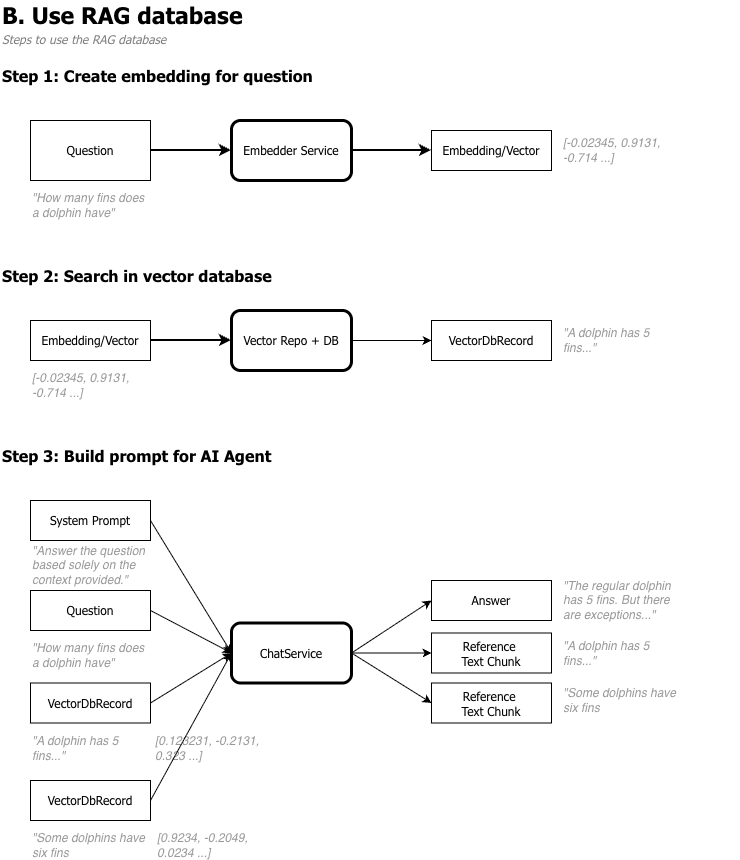
Before: docs/b-use-rag.png, a diagram exported from draw.io (tonsnoei/custom-rag). Source tidied: cells renumbered, new cells last; positions are measured from the earlier drawing's top-left corner, leaving out a move shared by most shapes.
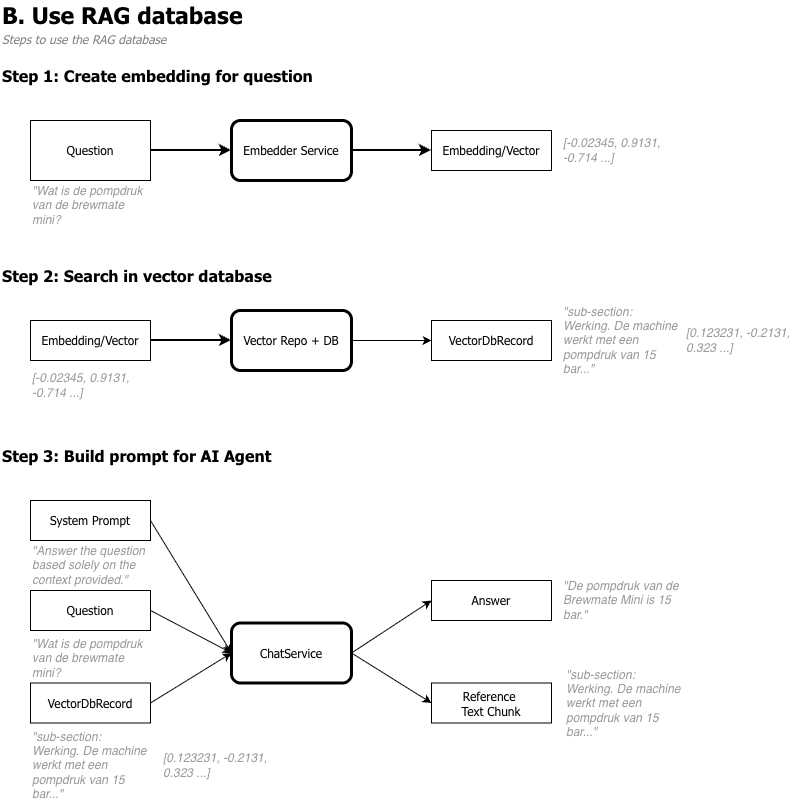
Later version of the same file.

What changed in the source:
```diff
@@ -49,89 +49,71 @@
     <mxCell id="16" value="Step 3: Build prompt for AI Agent" style="text;html=1;whiteSpace=wrap;strokeColor=none;fillColor=none;align=left;verticalAlign=middle;rounded=0;fontFamily=Tahoma;fontSize=16;fontStyle=1;" parent="1" vertex="1">
       <mxGeometry y="440" width="370" height="30" as="geometry" />
     </mxCell>
-    <mxCell id="17" style="edgeStyle=none;rounded=0;jettySize=auto;html=1;exitX=1;exitY=0.5;exitDx=0;exitDy=0;entryX=0;entryY=0.5;entryDx=0;entryDy=0;" parent="1" edge="1" source="18" target="26">
+    <mxCell id="17" style="edgeStyle=none;rounded=0;jettySize=auto;html=1;exitX=1;exitY=0.5;exitDx=0;exitDy=0;entryX=0;entryY=0.5;entryDx=0;entryDy=0;" parent="1" edge="1" source="18" target="25">
       <mxGeometry relative="1" as="geometry" />
     </mxCell>
     <mxCell id="18" value="VectorDbRecord" style="rounded=0;whiteSpace=wrap;html=1;fontFamily=Tahoma;" parent="1" vertex="1">
       <mxGeometry x="30" y="682.5" width="120" height="40" as="geometry" />
     </mxCell>
-    <mxCell id="19" style="edgeStyle=none;rounded=0;jettySize=auto;html=1;exitX=1;exitY=0.5;exitDx=0;exitDy=0;entryX=0;entryY=0.5;entryDx=0;entryDy=0;" parent="1" edge="1" source="20" target="26">
+    <mxCell id="19" style="edgeStyle=none;rounded=0;jettySize=auto;html=1;exitX=1;exitY=0.5;exitDx=0;exitDy=0;entryX=0;entryY=0.5;entryDx=0;entryDy=0;" parent="1" edge="1" source="20" target="25">
       <mxGeometry relative="1" as="geometry" />
     </mxCell>
     <mxCell id="20" value="Question" style="rounded=0;whiteSpace=wrap;html=1;fontFamily=Tahoma;" parent="1" vertex="1">
       <mxGeometry x="30" y="590" width="120" height="40" as="geometry" />
     </mxCell>
-    <mxCell id="21" style="edgeStyle=none;rounded=0;jettySize=auto;html=1;exitX=1;exitY=0.5;exitDx=0;exitDy=0;entryX=0;entryY=0.5;entryDx=0;entryDy=0;" parent="1" edge="1" source="22" target="26">
+    <mxCell id="21" style="edgeStyle=none;rounded=0;jettySize=auto;html=1;exitX=1;exitY=0.5;exitDx=0;exitDy=0;entryX=0;entryY=0.5;entryDx=0;entryDy=0;" parent="1" edge="1" source="22" target="25">
       <mxGeometry relative="1" as="geometry" />
     </mxCell>
     <mxCell id="22" value="System Prompt" style="rounded=0;whiteSpace=wrap;html=1;fontFamily=Tahoma;" parent="1" vertex="1">
       <mxGeometry x="30" y="500" width="120" height="40" as="geometry" />
     </mxCell>
-    <mxCell id="23" style="edgeStyle=none;rounded=0;jettySize=auto;html=1;exitX=1;exitY=0.5;exitDx=0;exitDy=0;entryX=0;entryY=0.5;entryDx=0;entryDy=0;" parent="1" edge="1" source="26" target="27">
+    <mxCell id="23" style="edgeStyle=none;rounded=0;jettySize=auto;html=1;exitX=1;exitY=0.5;exitDx=0;exitDy=0;entryX=0;entryY=0.5;entryDx=0;entryDy=0;" parent="1" edge="1" source="25" target="26">
       <mxGeometry relative="1" as="geometry" />
     </mxCell>
-    <mxCell id="24" style="edgeStyle=none;rounded=0;jettySize=auto;html=1;entryX=0;entryY=0.5;entryDx=0;entryDy=0;exitX=1;exitY=0.5;exitDx=0;exitDy=0;" parent="1" edge="1" source="26" target="28">
+    <mxCell id="24" style="edgeStyle=none;rounded=0;jettySize=auto;html=1;entryX=0;entryY=0.5;entryDx=0;entryDy=0;exitX=1;exitY=0.5;exitDx=0;exitDy=0;" parent="1" edge="1" source="25" target="27">
       <mxGeometry relative="1" as="geometry" />
     </mxCell>
-    <mxCell id="25" style="edgeStyle=none;rounded=0;jettySize=auto;html=1;exitX=1;exitY=0.5;exitDx=0;exitDy=0;entryX=0;entryY=0.5;entryDx=0;entryDy=0;" parent="1" edge="1" source="26" target="43">
-      <mxGeometry relative="1" as="geometry" />
+    <mxCell id="25" value="ChatService" style="rounded=1;whiteSpace=wrap;html=1;strokeWidth=3;fontFamily=Tahoma;" parent="1" vertex="1">
+      <mxGeometry x="231" y="622.5" width="120" height="60" as="geometry" />
     </mxCell>
-    <mxCell id="26" value="ChatService" style="rounded=1;whiteSpace=wrap;html=1;strokeWidth=3;fontFamily=Tahoma;" parent="1" vertex="1">
-      <mxGeometry x="231" y="622.5" width="120" height="60" as="geometry" />
+    <mxCell id="26" value="Answer" style="rounded=0;whiteSpace=wrap;html=1;fontFamily=Tahoma;" parent="1" vertex="1">
+      <mxGeometry x="431" y="580" width="120" height="40" as="geometry" />
     </mxCell>
-    <mxCell id="27" value="Answer" style="rounded=0;whiteSpace=wrap;html=1;fontFamily=Tahoma;" parent="1" vertex="1">
-      <mxGeometry x="431" y="580" width="120" height="40" as="geometry" />
+    <mxCell id="27" value="Reference&amp;nbsp;&lt;div&gt;Text Chunk&lt;/div&gt;" style="rounded=0;whiteSpace=wrap;html=1;fontFamily=Tahoma;" parent="1" vertex="1">
+      <mxGeometry x="431" y="682.5" width="120" height="40" as="geometry" />
     </mxCell>
-    <mxCell id="28" value="Reference&amp;nbsp;&lt;div&gt;Text Chunk&lt;/div&gt;" style="rounded=0;whiteSpace=wrap;html=1;fontFamily=Tahoma;" parent="1" vertex="1">
-      <mxGeometry x="431" y="632.5" width="120" height="40" as="geometry" />
+    <mxCell id="28" value="&lt;i&gt;&quot;Wat is de pompdruk van de brewmate mini?&lt;/i&gt;" style="text;html=1;whiteSpace=wrap;strokeColor=none;fillColor=none;align=left;verticalAlign=middle;rounded=0;fontColor=#999999;" parent="1" vertex="1">
+      <mxGeometry x="30" y="190" width="120" height="30" as="geometry" />
     </mxCell>
-    <mxCell id="29" value="&lt;i&gt;&quot;How many fins does a dolphin have&quot;&lt;/i&gt;" style="text;html=1;whiteSpace=wrap;strokeColor=none;fillColor=none;align=left;verticalAlign=middle;rounded=0;fontColor=#999999;" parent="1" vertex="1">
-      <mxGeometry x="30" y="190" width="120" height="30" as="geometry" />
+    <mxCell id="29" value="&lt;i&gt;[-0.02345, 0.9131, -0.714 ...]&lt;/i&gt;" style="text;html=1;whiteSpace=wrap;strokeColor=none;fillColor=none;align=left;verticalAlign=middle;rounded=0;fontColor=#999999;" parent="1" vertex="1">
+      <mxGeometry x="561" y="135" width="120" height="30" as="geometry" />
     </mxCell>
     <mxCell id="30" value="&lt;i&gt;[-0.02345, 0.9131, -0.714 ...]&lt;/i&gt;" style="text;html=1;whiteSpace=wrap;strokeColor=none;fillColor=none;align=left;verticalAlign=middle;rounded=0;fontColor=#999999;" parent="1" vertex="1">
-      <mxGeometry x="561" y="135" width="120" height="30" as="geometry" />
+      <mxGeometry x="30" y="370" width="120" height="30" as="geometry" />
     </mxCell>
-    <mxCell id="31" value="&lt;i&gt;[-0.02345, 0.9131, -0.714 ...]&lt;/i&gt;" style="text;html=1;whiteSpace=wrap;strokeColor=none;fillColor=none;align=left;verticalAlign=middle;rounded=0;fontColor=#999999;" parent="1" vertex="1">
-      <mxGeometry x="30" y="370" width="120" height="30" as="geometry" />
+    <mxCell id="31" value="&lt;i&gt;&quot;sub-section: Werking. De machine werkt met een pompdruk van 15 bar...&quot;&lt;/i&gt;" style="text;html=1;whiteSpace=wrap;strokeColor=none;fillColor=none;align=left;verticalAlign=middle;rounded=0;fontColor=#999999;" parent="1" vertex="1">
+      <mxGeometry x="561" y="325" width="120" height="30" as="geometry" />
     </mxCell>
-    <mxCell id="32" value="&lt;i&gt;&quot;A dolphin has 5 fins...&quot;&lt;/i&gt;" style="text;html=1;whiteSpace=wrap;strokeColor=none;fillColor=none;align=left;verticalAlign=middle;rounded=0;fontColor=#999999;" parent="1" vertex="1">
-      <mxGeometry x="561" y="325" width="120" height="30" as="geometry" />
+    <mxCell id="32" value="&lt;i&gt;[0.123231, -0.2131, 0.323 ...]&lt;/i&gt;" style="text;html=1;whiteSpace=wrap;strokeColor=none;fillColor=none;align=left;verticalAlign=middle;rounded=0;fontColor=#999999;" parent="1" vertex="1">
+      <mxGeometry x="684" y="325" width="120" height="30" as="geometry" />
     </mxCell>
-    <mxCell id="33" value="&lt;i&gt;&quot;How many fins does a dolphin have&quot;&lt;/i&gt;" style="text;html=1;whiteSpace=wrap;strokeColor=none;fillColor=none;align=left;verticalAlign=middle;rounded=0;fontColor=#999999;" parent="1" vertex="1">
-      <mxGeometry x="30" y="640" width="120" height="30" as="geometry" />
+    <mxCell id="33" value="&lt;i&gt;&quot;Answer the question based solely on the context provided.&quot;&lt;/i&gt;" style="text;html=1;whiteSpace=wrap;strokeColor=none;fillColor=none;align=left;verticalAlign=middle;rounded=0;fontColor=#999999;" parent="1" vertex="1">
+      <mxGeometry x="30" y="550" width="120" height="30" as="geometry" />
     </mxCell>
-    <mxCell id="34" value="&lt;i&gt;&quot;Answer the question based solely on the context provided.&quot;&lt;/i&gt;" style="text;html=1;whiteSpace=wrap;strokeColor=none;fillColor=none;align=left;verticalAlign=middle;rounded=0;fontColor=#999999;" parent="1" vertex="1">
-      <mxGeometry x="30" y="550" width="120" height="30" as="geometry" />
+    <mxCell id="34" value="&lt;i&gt;[0.123231, -0.2131, 0.323 ...]&lt;/i&gt;" style="text;html=1;whiteSpace=wrap;strokeColor=none;fillColor=none;align=left;verticalAlign=middle;rounded=0;fontColor=#999999;" parent="1" vertex="1">
+      <mxGeometry x="161" y="750" width="120" height="30" as="geometry" />
     </mxCell>
-    <mxCell id="35" value="&lt;i&gt;&quot;A dolphin has 5 fins...&quot;&lt;/i&gt;" style="text;html=1;whiteSpace=wrap;strokeColor=none;fillColor=none;align=left;verticalAlign=middle;rounded=0;fontColor=#999999;" parent="1" vertex="1">
-      <mxGeometry x="30" y="732.5" width="120" height="30" as="geometry" />
+    <mxCell id="35" value="&lt;i&gt;&quot;De pompdruk van de Brewmate Mini is 15 bar.&quot;&lt;/i&gt;" style="text;html=1;whiteSpace=wrap;strokeColor=none;fillColor=none;align=left;verticalAlign=middle;rounded=0;fontColor=#999999;" parent="1" vertex="1">
+      <mxGeometry x="561" y="585" width="120" height="30" as="geometry" />
     </mxCell>
-    <mxCell id="36" value="&lt;i&gt;[0.123231, -0.2131, 0.323 ...]&lt;/i&gt;" style="text;html=1;whiteSpace=wrap;strokeColor=none;fillColor=none;align=left;verticalAlign=middle;rounded=0;fontColor=#999999;" parent="1" vertex="1">
-      <mxGeometry x="153" y="732.5" width="120" height="30" as="geometry" />
+    <mxCell id="36" value="&lt;i&gt;&quot;sub-section: Werking. De machine werkt met een pompdruk van 15 bar...&quot;&lt;/i&gt;" style="text;html=1;whiteSpace=wrap;strokeColor=none;fillColor=none;align=left;verticalAlign=middle;rounded=0;fontColor=#999999;" parent="1" vertex="1">
+      <mxGeometry x="30" y="750" width="120" height="30" as="geometry" />
     </mxCell>
-    <mxCell id="37" value="&lt;i&gt;&quot;The regular dolphin has 5 fins. But there are exceptions...&quot;&lt;/i&gt;" style="text;html=1;whiteSpace=wrap;strokeColor=none;fillColor=none;align=left;verticalAlign=middle;rounded=0;fontColor=#999999;" parent="1" vertex="1">
-      <mxGeometry x="561" y="585" width="120" height="30" as="geometry" />
+    <mxCell id="37" value="&lt;i&gt;&quot;Wat is de pompdruk van de brewmate mini?&lt;/i&gt;" style="text;html=1;whiteSpace=wrap;strokeColor=none;fillColor=none;align=left;verticalAlign=middle;rounded=0;fontColor=#999999;" parent="1" vertex="1">
+      <mxGeometry x="30" y="642.5" width="120" height="30" as="geometry" />
     </mxCell>
-    <mxCell id="38" value="&lt;i&gt;&quot;A dolphin has 5 fins...&quot;&lt;/i&gt;" style="text;html=1;whiteSpace=wrap;strokeColor=none;fillColor=none;align=left;verticalAlign=middle;rounded=0;fontColor=#999999;" parent="1" vertex="1">
-      <mxGeometry x="561" y="637.5" width="120" height="30" as="geometry" />
+    <mxCell id="38" value="&lt;i&gt;&quot;sub-section: Werking. De machine werkt met een pompdruk van 15 bar...&quot;&lt;/i&gt;" style="text;html=1;whiteSpace=wrap;strokeColor=none;fillColor=none;align=left;verticalAlign=middle;rounded=0;fontColor=#999999;" parent="1" vertex="1">
+      <mxGeometry x="564" y="687.5" width="120" height="30" as="geometry" />
     </mxCell>
-    <mxCell id="39" style="edgeStyle=none;rounded=0;jettySize=auto;html=1;exitX=1;exitY=0.5;exitDx=0;exitDy=0;entryX=0;entryY=0.5;entryDx=0;entryDy=0;" parent="1" edge="1" source="40" target="26">
-      <mxGeometry relative="1" as="geometry" />
-    </mxCell>
-    <mxCell id="40" value="VectorDbRecord" style="rounded=0;whiteSpace=wrap;html=1;fontFamily=Tahoma;" parent="1" vertex="1">
-      <mxGeometry x="30" y="780" width="120" height="40" as="geometry" />
-    </mxCell>
-    <mxCell id="41" value="&lt;i&gt;&quot;Some dolphins have six fins&lt;/i&gt;" style="text;html=1;whiteSpace=wrap;strokeColor=none;fillColor=none;align=left;verticalAlign=middle;rounded=0;fontColor=#999999;" parent="1" vertex="1">
-      <mxGeometry x="30" y="830" width="120" height="30" as="geometry" />
-    </mxCell>
-    <mxCell id="42" value="&lt;i&gt;[0.9234, -0.2049, 0.0234 ...]&lt;/i&gt;" style="text;html=1;whiteSpace=wrap;strokeColor=none;fillColor=none;align=left;verticalAlign=middle;rounded=0;fontColor=#999999;" parent="1" vertex="1">
-      <mxGeometry x="155" y="830" width="120" height="30" as="geometry" />
-    </mxCell>
-    <mxCell id="43" value="Reference&amp;nbsp;&lt;div&gt;Text Chunk&lt;/div&gt;" style="rounded=0;whiteSpace=wrap;html=1;fontFamily=Tahoma;" parent="1" vertex="1">
-      <mxGeometry x="431" y="682.5" width="120" height="40" as="geometry" />
-    </mxCell>
-    <mxCell id="44" value="&lt;i&gt;&quot;Some dolphins have six fins&lt;/i&gt;" style="text;html=1;whiteSpace=wrap;strokeColor=none;fillColor=none;align=left;verticalAlign=middle;rounded=0;fontColor=#999999;" parent="1" vertex="1">
-      <mxGeometry x="561" y="684.5" width="120" height="30" as="geometry" />
-    </mxCell>
   </root>
 </mxGraphModel>
```
